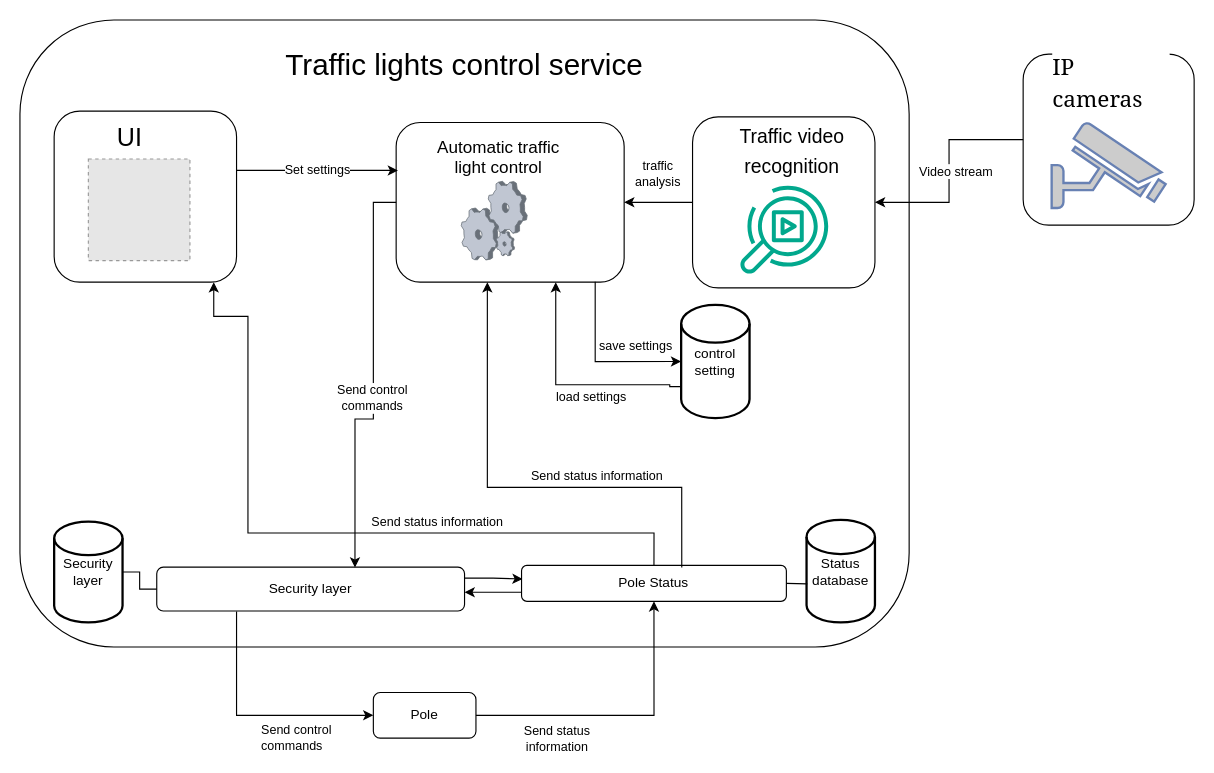
Above: Untitled Diagram.drawio in Mrazbb/OAMK_DDD (draw.io), before the change. Source tidied: cells renumbered, new cells numbered last; positions are measured from the earlier drawing's top-left corner, leaving out a move shared by most shapes. Both pictures are drawn from the tidied source at 114%, with x=0, y=0 at pixel (19, 19). Pictures stored in the file or linked from it are replaced by grey dashed boxes.
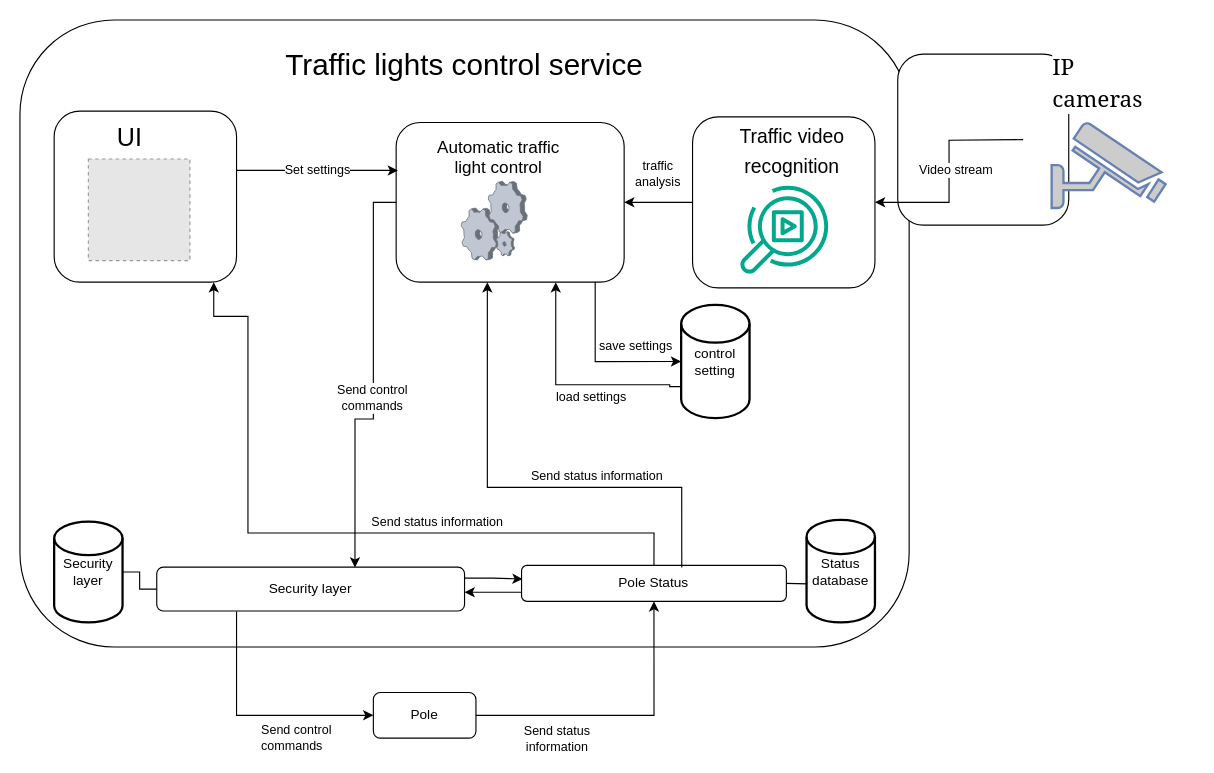
Above is the later version.

Unchanged cells that the change refers to:
```xml
<mxCell id="19" style="rounded=1;whiteSpace=wrap;html=1;" parent="4" vertex="1">
  <mxGeometry x="590" y="85" width="160" height="150" as="geometry" />
</mxCell>
<mxCell id="39" style="rounded=1;whiteSpace=wrap;html=1;fontFamily=Helvetica;fontSize=11;fontColor=default;" parent="38" vertex="1">
  <mxGeometry width="150" height="150" as="geometry" />
</mxCell>
```

Change to the diagram source:
```diff
@@
     <mxCell id="38" style="group;" parent="1" vertex="1">
-      <mxGeometry x="880" y="30" width="150" height="150" as="geometry" />
+      <mxGeometry x="770" y="30" width="150" height="150" as="geometry" />
     </mxCell>
@@
     <mxCell id="40" style="fontColor=#0066CC;verticalAlign=top;verticalLabelPosition=bottom;labelPosition=center;align=center;html=1;fillColor=#CCCCCC;strokeColor=#6881B3;gradientColor=none;gradientDirection=north;strokeWidth=2;shape=mxgraph.networks.security_camera;fontFamily=Helvetica;fontSize=11;" parent="38" vertex="1">
-      <mxGeometry x="25" y="60" width="100" height="75" as="geometry" />
+      <mxGeometry x="135" y="60" width="100" height="75" as="geometry" />
     </mxCell>
     <mxCell id="41" value="&lt;h1 style=&quot;font-weight: normal; margin: 0px; padding: 0px; overflow: hidden; border: 0px; font-size: 1.8em; font-family: &amp;quot;Linux Libertine&amp;quot;, Georgia, Times, &amp;quot;Source Serif Pro&amp;quot;, serif; line-height: 1.375; overflow-wrap: break-word; flex-grow: 1; text-align: start; background-color: rgb(255, 255, 255);&quot; class=&quot;firstHeading mw-first-heading&quot; id=&quot;firstHeading&quot;&gt;IP cameras&lt;/h1&gt;" style="text;html=1;strokeColor=none;fillColor=none;align=center;verticalAlign=middle;whiteSpace=wrap;rounded=0;fontFamily=Helvetica;fontSize=11;fontColor=default;" parent="38" vertex="1">
-      <mxGeometry x="25" y="10" width="105" height="30" as="geometry" />
+      <mxGeometry x="135" y="10" width="105" height="30" as="geometry" />
     </mxCell>
@@
-    <mxCell id="45" style="edgeStyle=orthogonalEdgeStyle;shape=connector;rounded=0;jettySize=auto;html=1;labelBackgroundColor=default;strokeColor=default;align=center;verticalAlign=middle;fontFamily=Helvetica;fontSize=11;fontColor=default;endArrow=classic;" parent="1" edge="1" source="39" target="19">
-      <mxGeometry relative="1" as="geometry" />
+    <mxCell id="45" style="edgeStyle=orthogonalEdgeStyle;shape=connector;rounded=0;jettySize=auto;html=1;labelBackgroundColor=default;strokeColor=default;align=center;verticalAlign=middle;fontFamily=Helvetica;fontSize=11;fontColor=default;endArrow=classic;" parent="1" edge="1" target="19">
+      <mxGeometry relative="1" as="geometry">
+        <mxPoint x="880" y="105" as="sourcePoint" />
+      </mxGeometry>
     </mxCell>
```
